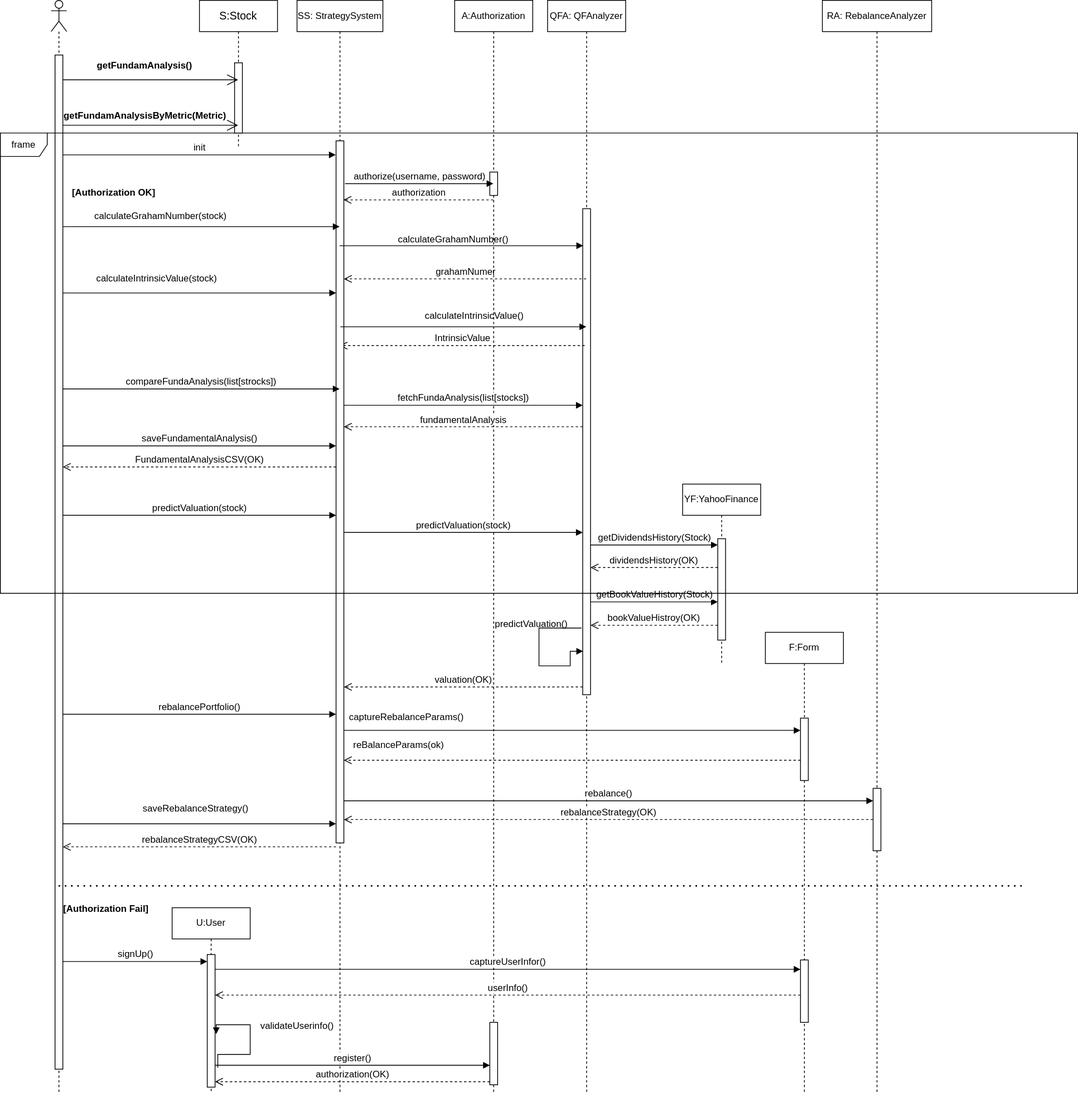
This is docs/models/UI/user-interaction.drawio.svg from jm0rt1/value-investing-strategy, a draw.io export, as it was before one commit. Source tidied: cells renumbered, new cells last; positions are measured from the earlier drawing's top-left corner, leaving out a move shared by most shapes.
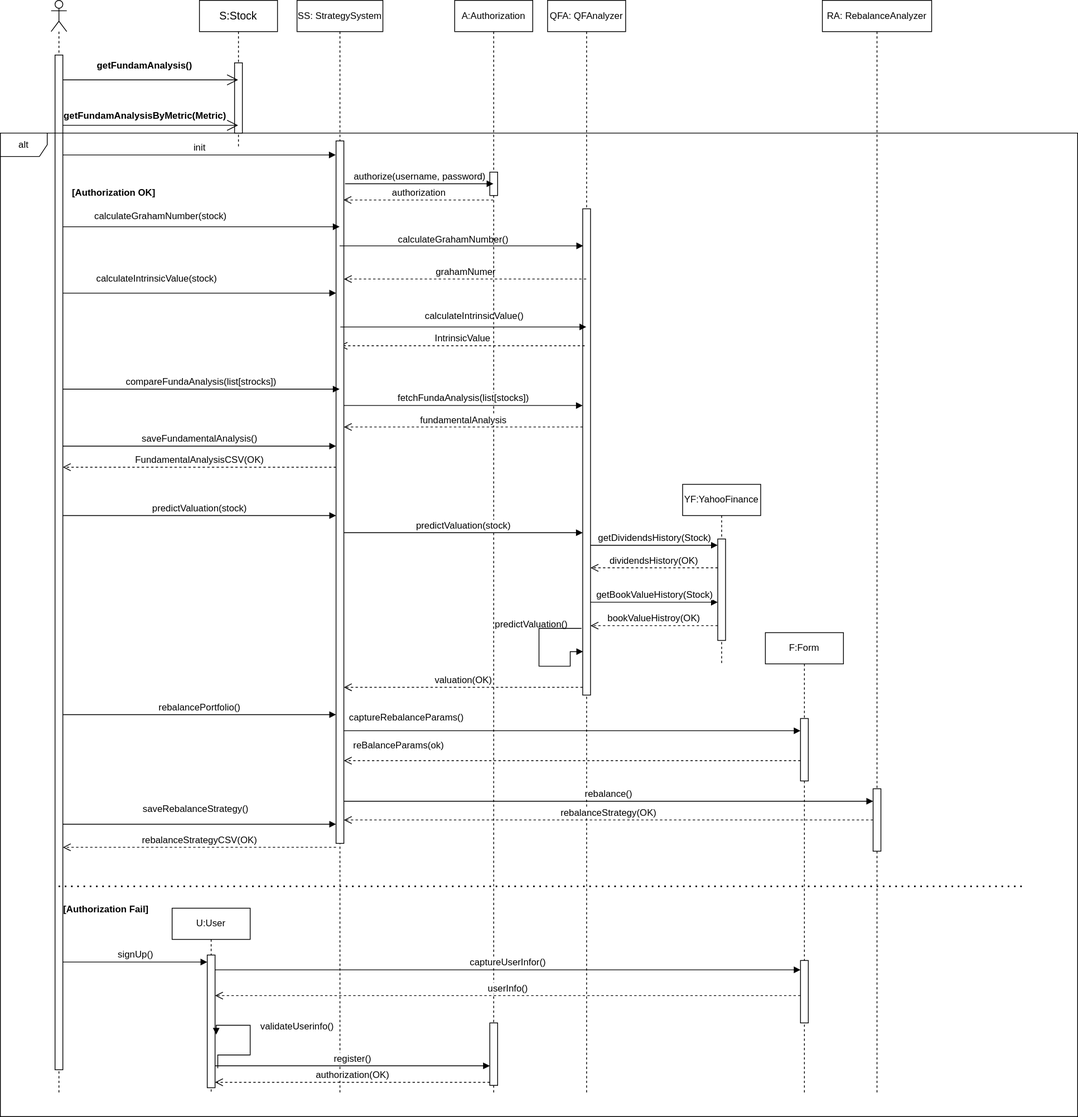
After the commit.

Commit message:
DEV Add alt

The edit, as a diff of the source:
```diff
@@ -301,8 +301,8 @@
     <mxCell id="65" value="validateUserinfo()" style="text;html=1;align=center;verticalAlign=middle;strokeColor=none;fillColor=none;fontSize=12;" parent="1" vertex="1">
       <mxGeometry x="320" y="1300" width="120" height="30" as="geometry" />
     </mxCell>
-    <mxCell id="66" value="frame" style="shape=umlFrame;whiteSpace=wrap;html=1;fontSize=12;" parent="1" vertex="1">
-      <mxGeometry y="170" width="1380" height="590" as="geometry" />
+    <mxCell id="66" value="alt" style="shape=umlFrame;whiteSpace=wrap;html=1;fontSize=12;" parent="1" vertex="1">
+      <mxGeometry y="170" width="1380" height="1260" as="geometry" />
     </mxCell>
     <mxCell id="67" value="&lt;b&gt;[Authorization OK]&lt;/b&gt;" style="text;html=1;align=center;verticalAlign=middle;strokeColor=none;fillColor=none;fontSize=12;" parent="1" vertex="1">
       <mxGeometry x="80" y="232" width="130" height="30" as="geometry" />
```
